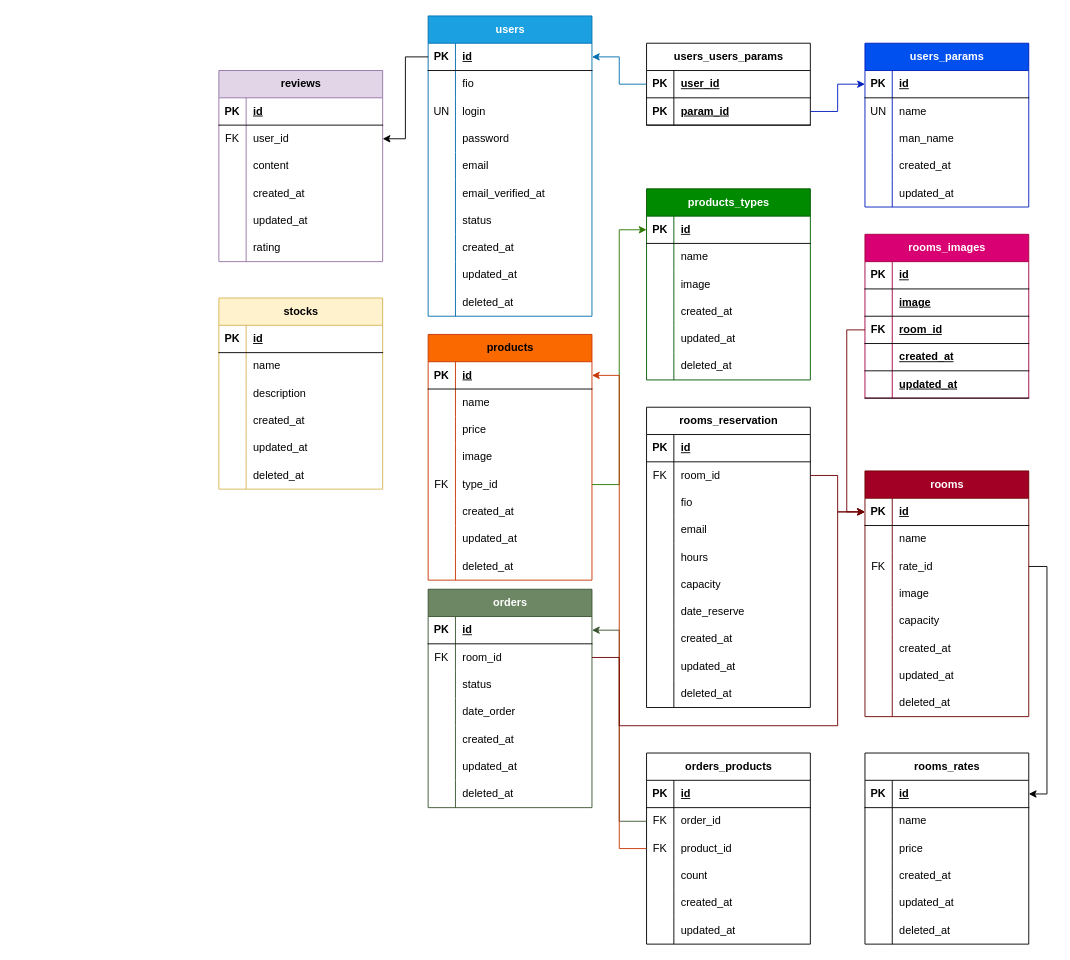
Earlier version of the draw.io diagram page "Логическая" (2 of 3) of public/documents/time_cafe.drawio (MrCrross/timecafe). Source tidied: cells renumbered, new cells numbered last; positions are measured from the earlier drawing's top-left corner, leaving out a move shared by most shapes. Both pictures are drawn from the tidied source at 91%, with x=0, y=0 at pixel (218, 15).
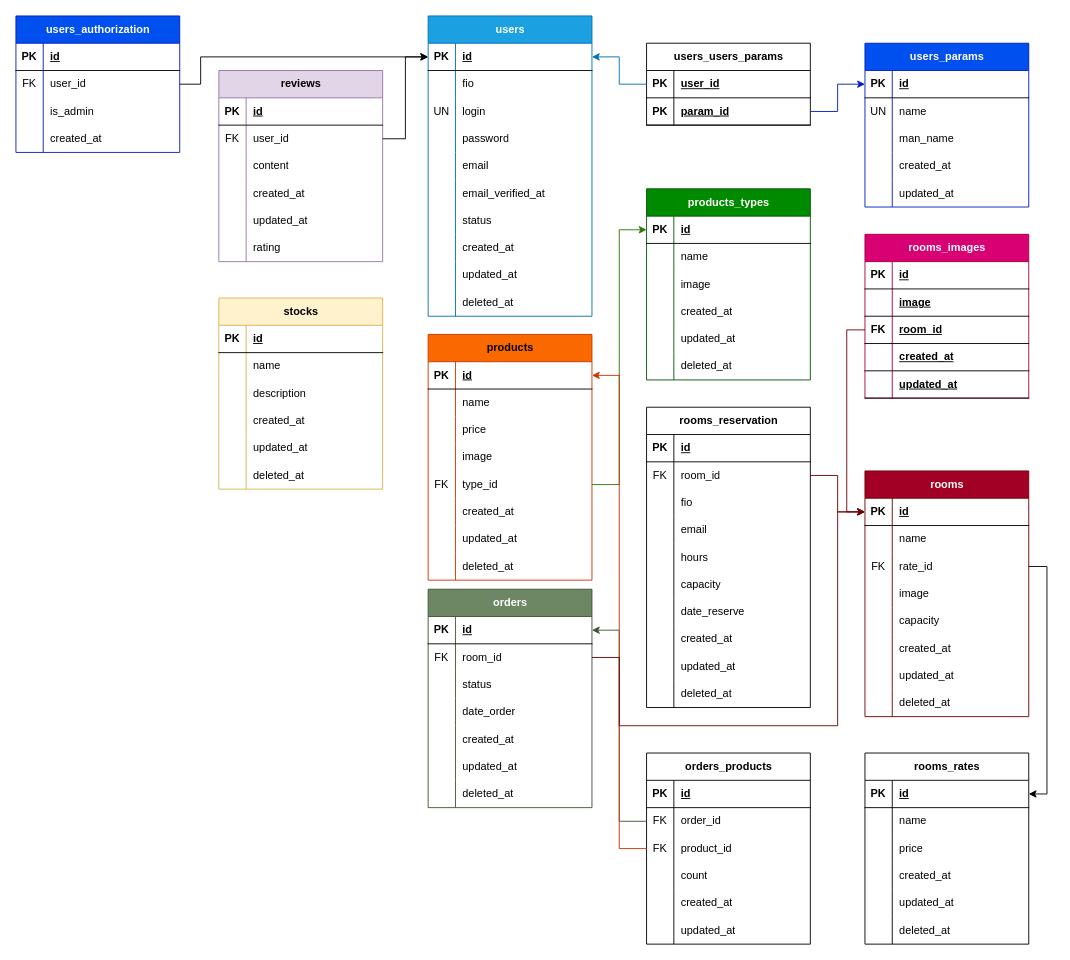
After the change.

Unchanged cells that the change refers to:
```xml
<mxCell id="3" style="shape=tableRow;horizontal=0;startSize=0;swimlaneHead=0;swimlaneBody=0;fillColor=none;points=[[0,0.5],[1,0.5]];portConstraint=eastwest;top=0;left=0;right=0;bottom=1;" parent="2" vertex="1">
  <mxGeometry y="30" width="180" height="30" as="geometry" />
</mxCell>
<mxCell id="245" style="shape=tableRow;horizontal=0;startSize=0;swimlaneHead=0;swimlaneBody=0;fillColor=none;points=[[0,0.5],[1,0.5]];portConstraint=eastwest;top=0;left=0;right=0;bottom=0;" parent="241" vertex="1">
  <mxGeometry y="60" width="180" height="30" as="geometry" />
</mxCell>
```

The edit, as a diff of the source:
```diff
@@
-    <mxCell id="260" style="edgeStyle=orthogonalEdgeStyle;rounded=0;jettySize=auto;html=1;" parent="1" edge="1" source="3" target="245">
-      <mxGeometry relative="1" as="geometry" />
-    </mxCell>
@@
+    <mxCell id="280" value="users_authorization" style="shape=table;startSize=30;childLayout=tableLayout;rowLines=0;fontStyle=1;align=center;html=1;fillColor=#0050ef;fontColor=#ffffff;strokeColor=#001DBC;" parent="1" vertex="1">
+      <mxGeometry x="-223" width="180" height="150" as="geometry" />
+    </mxCell>
+    <mxCell id="281" style="shape=tableRow;horizontal=0;startSize=0;swimlaneHead=0;swimlaneBody=0;fillColor=none;top=0;left=0;right=0;bottom=1;" parent="280" vertex="1">
+      <mxGeometry y="30" width="180" height="30" as="geometry" />
+    </mxCell>
+    <mxCell id="282" value="PK" style="shape=partialRectangle;fillColor=none;top=0;left=0;bottom=0;right=0;fontStyle=1;overflow=hidden;whiteSpace=wrap;html=1;" parent="281" vertex="1">
+      <mxGeometry width="30" height="30" as="geometry" />
+    </mxCell>
+    <mxCell id="283" value="id" style="shape=partialRectangle;fillColor=none;top=0;left=0;bottom=0;right=0;align=left;spacingLeft=6;fontStyle=5;overflow=hidden;whiteSpace=wrap;html=1;" parent="281" vertex="1">
+      <mxGeometry x="30" width="150" height="30" as="geometry" />
+    </mxCell>
+    <mxCell id="284" style="shape=tableRow;horizontal=0;startSize=0;swimlaneHead=0;swimlaneBody=0;fillColor=none;points=[[0,0.5],[1,0.5]];portConstraint=eastwest;top=0;left=0;right=0;bottom=0;" parent="280" vertex="1">
+      <mxGeometry y="60" width="180" height="30" as="geometry" />
+    </mxCell>
+    <mxCell id="285" value="FK" style="shape=partialRectangle;fillColor=none;top=0;left=0;bottom=0;right=0;overflow=hidden;whiteSpace=wrap;html=1;" parent="284" vertex="1">
+      <mxGeometry width="30" height="30" as="geometry" />
+    </mxCell>
+    <mxCell id="286" value="user_id" style="shape=partialRectangle;fillColor=none;top=0;left=0;bottom=0;right=0;align=left;spacingLeft=6;overflow=hidden;whiteSpace=wrap;html=1;" parent="284" vertex="1">
+      <mxGeometry x="30" width="150" height="30" as="geometry" />
+    </mxCell>
+    <mxCell id="287" style="shape=tableRow;horizontal=0;startSize=0;swimlaneHead=0;swimlaneBody=0;fillColor=none;top=0;left=0;right=0;bottom=0;" parent="280" vertex="1">
+      <mxGeometry y="90" width="180" height="30" as="geometry" />
+    </mxCell>
+    <mxCell id="288" style="shape=partialRectangle;fillColor=none;top=0;left=0;bottom=0;right=0;overflow=hidden;whiteSpace=wrap;html=1;" parent="287" vertex="1">
+      <mxGeometry width="30" height="30" as="geometry" />
+    </mxCell>
+    <mxCell id="289" value="is_admin" style="shape=partialRectangle;fillColor=none;top=0;left=0;bottom=0;right=0;align=left;spacingLeft=6;overflow=hidden;whiteSpace=wrap;html=1;" parent="287" vertex="1">
+      <mxGeometry x="30" width="150" height="30" as="geometry" />
+    </mxCell>
+    <mxCell id="290" style="shape=tableRow;horizontal=0;startSize=0;swimlaneHead=0;swimlaneBody=0;fillColor=none;top=0;left=0;right=0;bottom=0;" parent="280" vertex="1">
+      <mxGeometry y="120" width="180" height="30" as="geometry" />
+    </mxCell>
+    <mxCell id="291" style="shape=partialRectangle;fillColor=none;top=0;left=0;bottom=0;right=0;overflow=hidden;whiteSpace=wrap;html=1;" parent="290" vertex="1">
+      <mxGeometry width="30" height="30" as="geometry" />
+    </mxCell>
+    <mxCell id="292" value="created_at" style="shape=partialRectangle;fillColor=none;top=0;left=0;bottom=0;right=0;align=left;spacingLeft=6;overflow=hidden;whiteSpace=wrap;html=1;" parent="290" vertex="1">
+      <mxGeometry x="30" width="150" height="30" as="geometry" />
+    </mxCell>
+    <mxCell id="293" style="edgeStyle=orthogonalEdgeStyle;rounded=0;jettySize=auto;html=1;entryX=0;entryY=0.5;entryDx=0;entryDy=0;exitX=1;exitY=0.5;exitDx=0;exitDy=0;" parent="1" edge="1" source="284" target="3">
+      <mxGeometry relative="1" as="geometry">
+        <Array as="points">
+          <mxPoint x="-20" y="75" />
+          <mxPoint x="-20" y="45" />
+        </Array>
+      </mxGeometry>
+    </mxCell>
+    <mxCell id="294" style="edgeStyle=orthogonalEdgeStyle;rounded=0;jettySize=auto;html=1;entryX=0;entryY=0.5;entryDx=0;entryDy=0;" parent="1" edge="1" source="245" target="3">
+      <mxGeometry relative="1" as="geometry" />
+    </mxCell>
```
